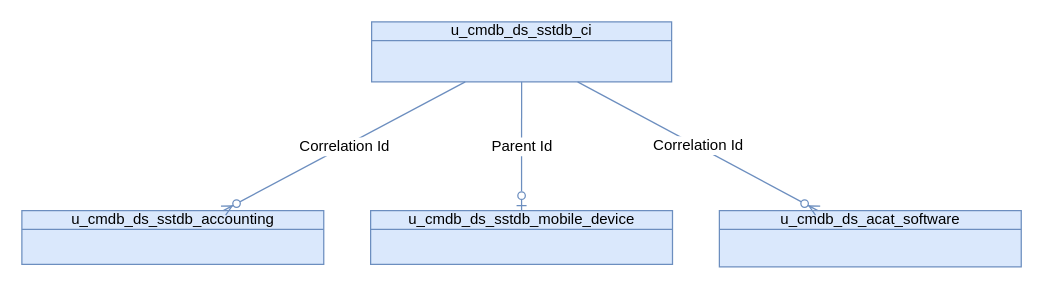
The draw.io diagram page "AsIsMobileForm" (17 of 23) of DBsErdV2.drawio in algimas/tmp, before the edit. Source tidied: cells renumbered, new cells numbered last; positions are measured from the earlier drawing's top-left corner, leaving out a move shared by most shapes. Both pictures are drawn from the tidied source at 125%, with x=0, y=0 at pixel (21, 21).
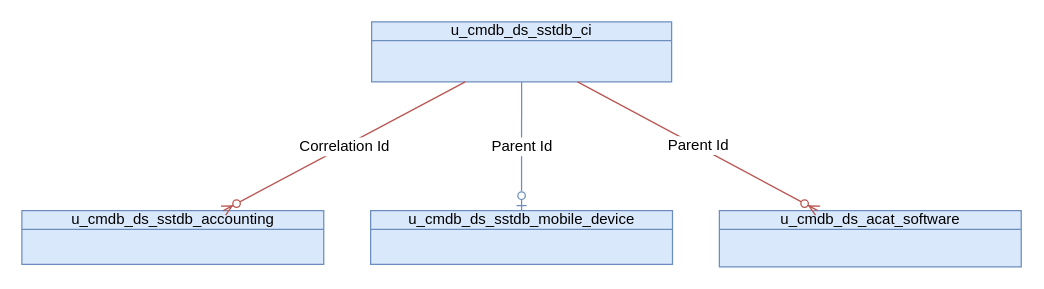
The same diagram, later.

The edit, as a diff of the source:
```diff
@@
 <mxGraphModel>
   <root>
     <mxCell id="0" />
     <mxCell id="1" parent="0" />
     <mxCell id="2" value="u_cmdb_ds_sstdb_ci" style="html=1;outlineConnect=0;whiteSpace=wrap;fillColor=#dae8fc;shape=mxgraph.archimate3.businessObject;overflow=fill;strokeColor=#6c8ebf;fontStyle=0;" parent="1" vertex="1">
       <mxGeometry x="279.8" width="240" height="48" as="geometry" />
     </mxCell>
     <mxCell id="3" value="u_cmdb_ds_sstdb_mobile_device" style="html=1;outlineConnect=0;whiteSpace=wrap;fillColor=#dae8fc;shape=mxgraph.archimate3.businessObject;overflow=fill;strokeColor=#6c8ebf;" parent="1" vertex="1">
       <mxGeometry x="279" y="151" width="241.5" height="43" as="geometry" />
     </mxCell>
     <mxCell id="4" value="u_cmdb_ds_acat_software" style="html=1;outlineConnect=0;whiteSpace=wrap;fillColor=#dae8fc;shape=mxgraph.archimate3.businessObject;overflow=fill;strokeColor=#6c8ebf;fontStyle=0;" parent="1" vertex="1">
       <mxGeometry x="558" y="151" width="241.5" height="45" as="geometry" />
     </mxCell>
     <mxCell id="5" value="u_cmdb_ds_sstdb_accounting" style="html=1;outlineConnect=0;whiteSpace=wrap;fillColor=#dae8fc;shape=mxgraph.archimate3.businessObject;overflow=fill;strokeColor=#6c8ebf;" parent="1" vertex="1">
       <mxGeometry y="151" width="241.5" height="43" as="geometry" />
     </mxCell>
     <mxCell id="6" value="Parent Id" style="fontSize=12;html=1;endArrow=ERzeroToOne;endFill=0;rounded=0;fillColor=#dae8fc;strokeColor=#6c8ebf;" parent="1" edge="1" source="2" target="3">
       <mxGeometry relative="1" as="geometry" />
     </mxCell>
-    <mxCell id="7" value="Correlation Id" style="fontSize=12;html=1;endArrow=ERzeroToMany;endFill=1;rounded=0;fillColor=#dae8fc;strokeColor=#6c8ebf;" parent="1" edge="1" source="2" target="4">
+    <mxCell id="7" value="Parent Id" style="fontSize=12;html=1;endArrow=ERzeroToMany;endFill=1;rounded=0;fillColor=#f8cecc;strokeColor=#b85450;" parent="1" edge="1" source="2" target="4">
       <mxGeometry relative="1" as="geometry" />
     </mxCell>
-    <mxCell id="8" value="Correlation Id" style="fontSize=12;html=1;endArrow=ERzeroToMany;endFill=1;rounded=0;fillColor=#dae8fc;strokeColor=#6c8ebf;" parent="1" edge="1" source="2" target="5">
+    <mxCell id="8" value="Correlation Id" style="fontSize=12;html=1;endArrow=ERzeroToMany;endFill=1;rounded=0;fillColor=#f8cecc;strokeColor=#b85450;" parent="1" edge="1" source="2" target="5">
       <mxGeometry relative="1" as="geometry" />
     </mxCell>
   </root>
 </mxGraphModel>
```
